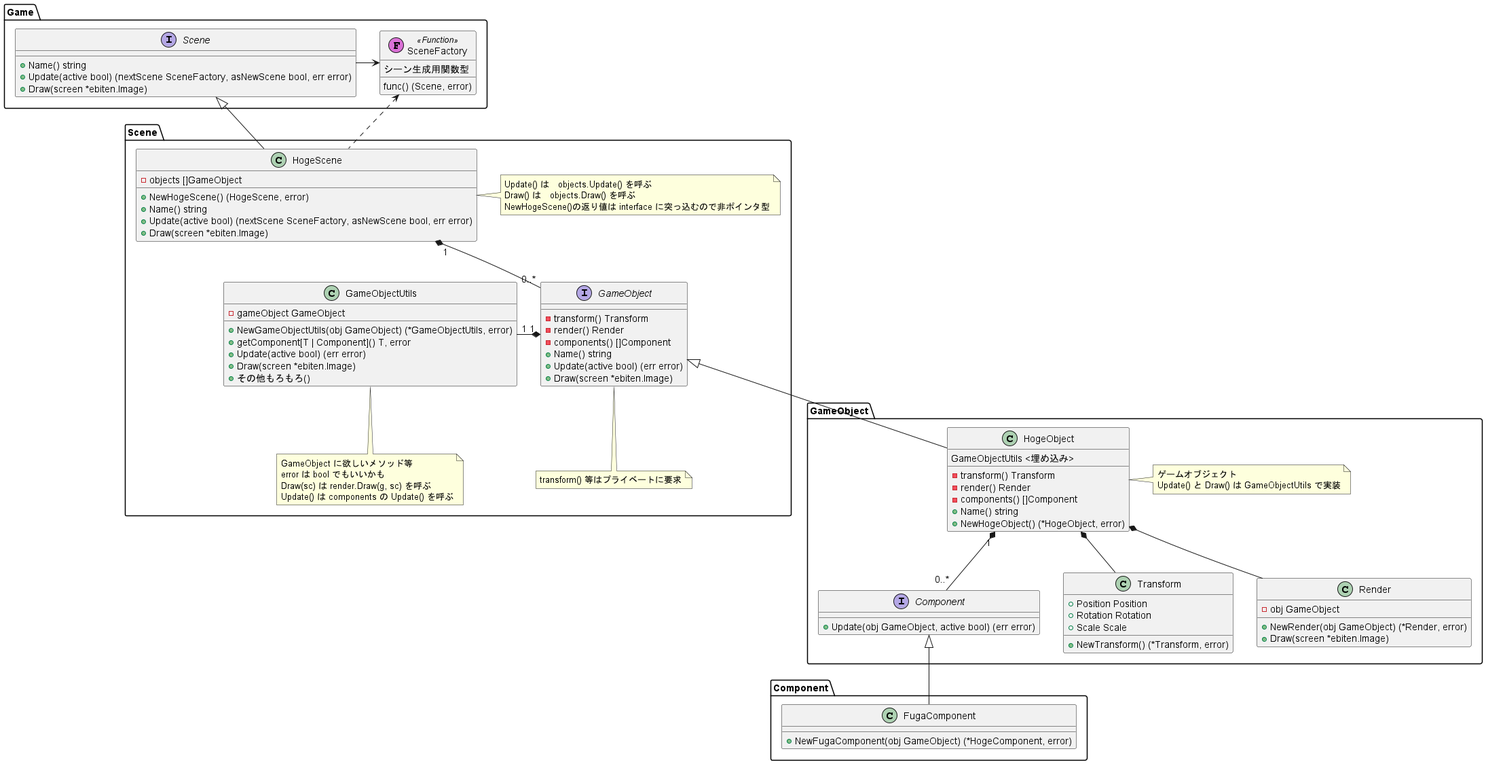
Earlier version of the PlantUML export Docs/Scene_class_diagram.png (kmc-jp/Gamedev_Tempura-of-p--Phenylazo-phenol).
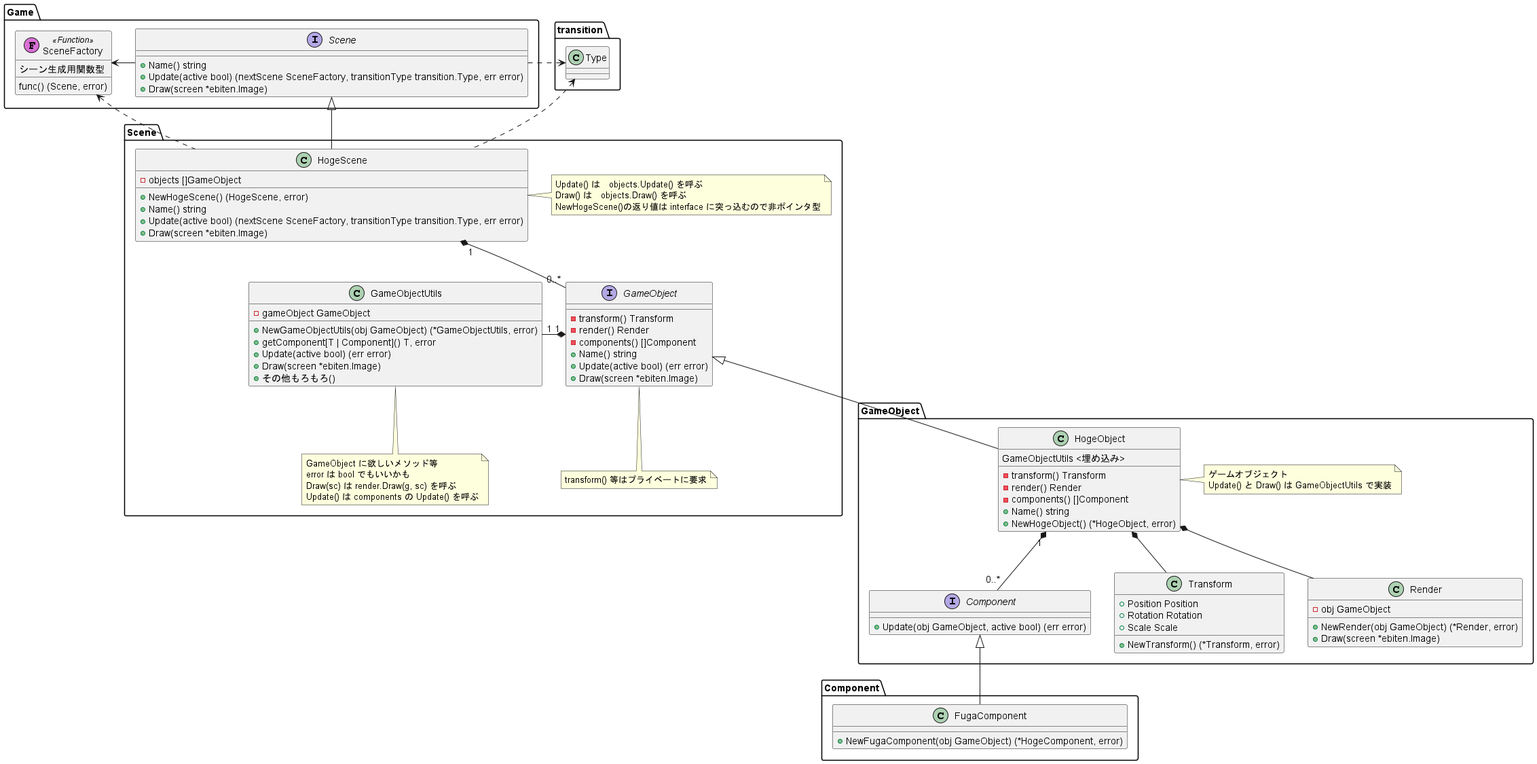
After the commit.

Commit message:
SceneManagerの変更がクラス図に反映されてなかったので修正

Diff of the diagram source:
```diff
@@ -1,9 +1,13 @@
 @startuml Scene_class_diagram
+
+package transition {
+    class Type{}
+}
 
 package Game {
     interface Scene {
         + Name() string
-        + Update(active bool) (nextScene SceneFactory, asNewScene bool, err error)
+        + Update(active bool) (nextScene SceneFactory, transitionType transition.Type, err error)
         + Draw(screen *ebiten.Image)
     }
 
@@ -13,7 +17,7 @@
     }
 
     Scene --right--> SceneFactory
-
+    Scene .right.> transition.Type
 }
 
 package Scene {
@@ -21,13 +25,15 @@
         - objects []GameObject
         + NewHogeScene() (HogeScene, error)
         + Name() string
-        + Update(active bool) (nextScene SceneFactory, asNewScene bool, err error)
+        + Update(active bool) (nextScene SceneFactory, transitionType transition.Type, err error)
         + Draw(screen *ebiten.Image)
     }
     note right of HogeScene : Update() は　objects.Update() を呼ぶ\nDraw() は　objects.Draw() を呼ぶ\nNewHogeScene()の返り値は interface に突っ込むので非ポインタ型
 
     HogeScene -up-|> Game.Scene
     HogeScene ..left..> Game.SceneFactory
+    HogeScene .up.> transition.Type
+
 
     HogeScene "1" *-- "0..*" GameObject
 
```
